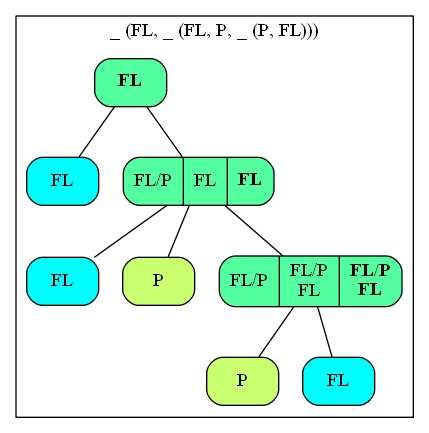
Before: Paper - Latex/Figures/Fitch1.png, a diagram exported from Graphviz (Irallia/IZW-HU-Parasites). Its source is kept beside it as Paper - Latex/Figures/Fitch1.gv.
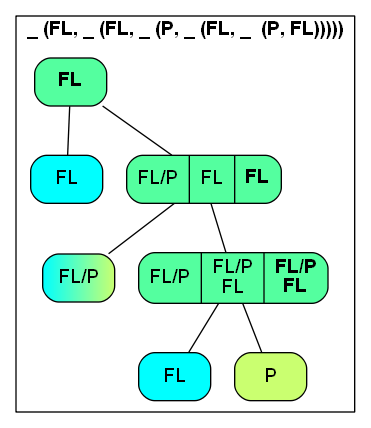
Later version of the same file.

Commit message:
Paper - Methods - Fitch... ; update simulation code, multifurcation input added

Diff of the diagram source:
```diff
@@ -1,26 +1,25 @@
 graph "Fitch1" {
 
-node [shape=Mrecord style=filled]
+graph[fontsize=14, fontname="arial"];
+node [shape=Mrecord style=filled, fontname="arial"]
 
 subgraph cluster01 {
-    label="_ (FL, _ (FL, _ (P, _ (FL, _  (P, FL)))))"
+    label=<<B>_ (FL, _ (FL, _ (P, _ (FL, _  (P, FL)))))</B>>
 
     n010 [label=<<B>FL</B>>,	fillcolor="seagreen1"] ;
     n011 [label="FL",		fillcolor="cyan"] ;
     n012 [label=<FL/P | FL | <B>FL</B>> fillcolor="seagreen1"];
-    n013 [label="FL", 		fillcolor="cyan"] ;
-    n014 [label="P", 		fillcolor="darkolivegreen1"] ;
-    n015 [label=<FL/P | FL/P<br/>FL | <B>FL/P<br/>FL</B>> fillcolor="seagreen1"];
+    n013 [label="FL/P", 		fillcolor="cyan:darkolivegreen1"] ;
+    n014 [label=<FL/P | FL/P<br/>FL | <B>FL/P<br/>FL</B>> fillcolor="seagreen1"];
+    n015 [label="FL", 		fillcolor="cyan"] ;
     n016 [label="P", 		fillcolor="darkolivegreen1"] ;
-    n017 [label="FL", 		fillcolor="cyan"] ;
 
     n010 -- n011 ;
     n010 -- n012 ;
     n012 -- n013 ;
     n012 -- n014 ;
-    n012 -- n015 ;
-    n015 -- n016 ;
-    n015 -- n017 ;
+    n014 -- n015 ;
+    n014 -- n016 ;
 }
 
 }
```
